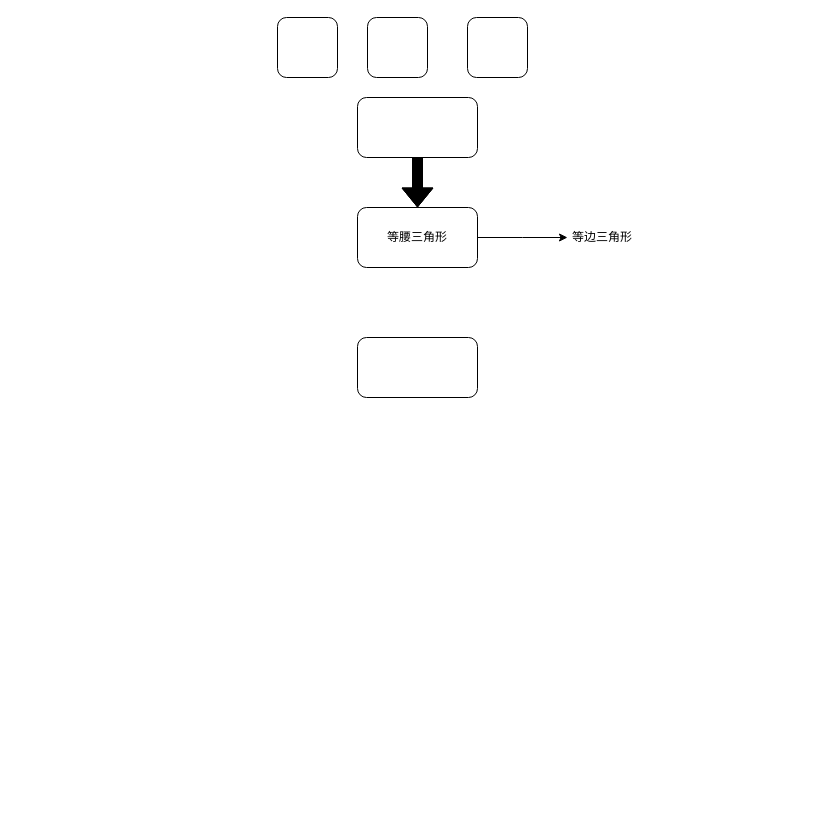
lixiangdaqian/diagrams keeps this draw.io diagram as 大宝ppt.drawio. Above is the earlier version. Source tidied: cells renumbered, new cells numbered last; positions are measured from the earlier drawing's top-left corner, leaving out a move shared by most shapes. Both pictures are drawn from the tidied source at 100%, with x=0, y=0 at pixel (277, 17).
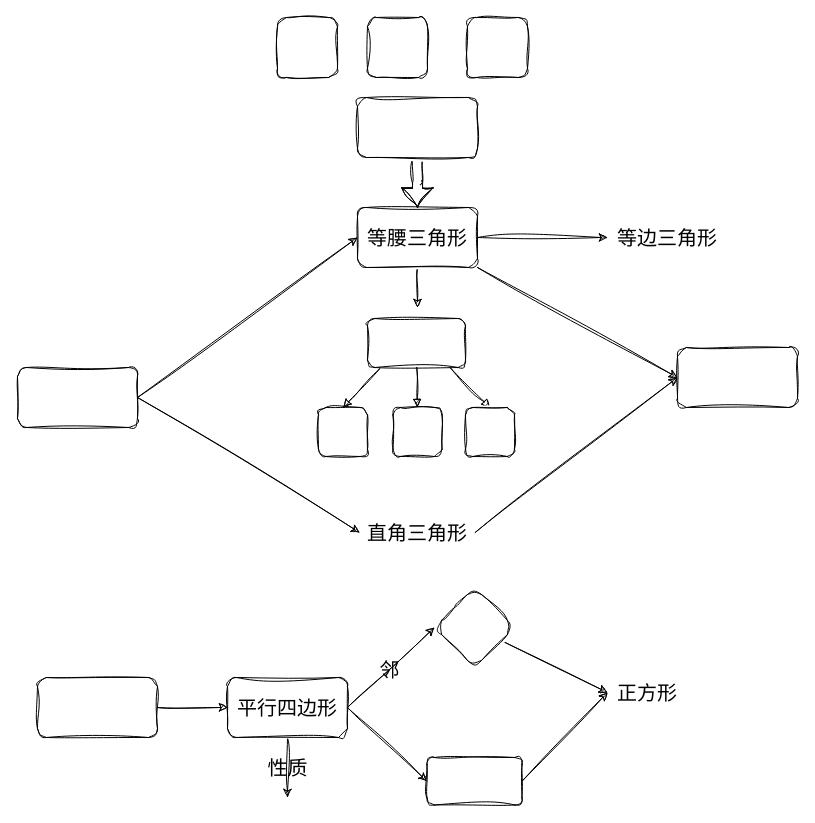
After the change.

Diff of the diagram source:
```diff
@@
-    <mxCell id="2" style="edgeStyle=orthogonalEdgeStyle;rounded=0;jettySize=auto;html=1;exitX=1;exitY=0.5;exitDx=0;exitDy=0;" parent="1" edge="1" source="4">
-      <mxGeometry relative="1" as="geometry">
-        <mxPoint x="290" y="220" as="targetPoint" />
-      </mxGeometry>
+    <mxCell id="2" style="edgeStyle=orthogonalEdgeStyle;rounded=1;jettySize=auto;html=1;exitX=1;exitY=0.5;exitDx=0;exitDy=0;entryX=0;entryY=0.5;entryDx=0;entryDy=0;labelBackgroundColor=none;fontColor=default;sketch=1;curveFitting=1;jiggle=2;" parent="1" edge="1" source="4" target="5">
+      <mxGeometry relative="1" as="geometry" />
     </mxCell>
-    <mxCell id="3" style="edgeStyle=orthogonalEdgeStyle;rounded=0;jettySize=auto;html=1;exitX=0.5;exitY=0;exitDx=0;exitDy=0;shape=flexArrow;endArrow=none;endFill=0;startArrow=block;fillColor=#000000;" parent="1" edge="1" source="4">
+    <mxCell id="3" style="edgeStyle=orthogonalEdgeStyle;rounded=1;jettySize=auto;html=1;exitX=0.5;exitY=0;exitDx=0;exitDy=0;shape=flexArrow;endArrow=none;endFill=0;startArrow=block;labelBackgroundColor=none;fontColor=default;sketch=1;curveFitting=1;jiggle=2;" parent="1" edge="1" source="4">
       <mxGeometry relative="1" as="geometry">
         <mxPoint x="140" y="140" as="targetPoint" />
       </mxGeometry>
     </mxCell>
+    <mxCell id="11" style="edgeStyle=none;rounded=1;jettySize=auto;html=1;exitX=1;exitY=1;exitDx=0;exitDy=0;entryX=0;entryY=0.5;entryDx=0;entryDy=0;startArrow=none;endArrow=classic;endFill=1;startFill=0;labelBackgroundColor=none;fontColor=default;sketch=1;curveFitting=1;jiggle=2;" parent="1" edge="1" source="4" target="19">
+      <mxGeometry relative="1" as="geometry" />
+    </mxCell>
+    <mxCell id="12" style="edgeStyle=none;rounded=1;jettySize=auto;html=1;exitX=0.5;exitY=1;exitDx=0;exitDy=0;startArrow=none;startFill=0;endArrow=classic;endFill=1;labelBackgroundColor=none;fontColor=default;sketch=1;curveFitting=1;jiggle=2;" parent="1" edge="1" source="4">
+      <mxGeometry relative="1" as="geometry">
+        <mxPoint x="140" y="290" as="targetPoint" />
+      </mxGeometry>
+    </mxCell>
-    <mxCell id="4" value="等腰三角形" style="rounded=1;whiteSpace=wrap;html=1;" parent="1" vertex="1">
+    <mxCell id="4" value="&lt;font style=&quot;font-size: 20px;&quot;&gt;等腰三角形&lt;/font&gt;" style="rounded=1;whiteSpace=wrap;html=1;labelBackgroundColor=none;sketch=1;curveFitting=1;jiggle=2;" parent="1" vertex="1">
       <mxGeometry x="80" y="190" width="120" height="60" as="geometry" />
     </mxCell>
-    <mxCell id="5" value="等边三角形" style="text;html=1;strokeColor=none;fillColor=none;align=center;verticalAlign=middle;whiteSpace=wrap;rounded=0;" parent="1" vertex="1">
-      <mxGeometry x="290" y="200" width="70" height="40" as="geometry" />
+    <mxCell id="5" value="等边三角形" style="text;html=1;strokeColor=none;fillColor=none;align=center;verticalAlign=middle;whiteSpace=wrap;rounded=1;fontSize=20;labelBackgroundColor=none;sketch=1;curveFitting=1;jiggle=2;" parent="1" vertex="1">
+      <mxGeometry x="330" y="200" width="120" height="40" as="geometry" />
     </mxCell>
-    <mxCell id="6" style="rounded=1;whiteSpace=wrap;html=1;" parent="1" vertex="1">
+    <mxCell id="6" style="rounded=1;whiteSpace=wrap;html=1;labelBackgroundColor=none;sketch=1;curveFitting=1;jiggle=2;" parent="1" vertex="1">
       <mxGeometry x="80" y="80" width="120" height="60" as="geometry" />
     </mxCell>
-    <mxCell id="7" style="rounded=1;whiteSpace=wrap;html=1;" parent="1" vertex="1">
+    <mxCell id="7" style="rounded=1;whiteSpace=wrap;html=1;labelBackgroundColor=none;sketch=1;curveFitting=1;jiggle=2;" parent="1" vertex="1">
       <mxGeometry width="60" height="60" as="geometry" />
     </mxCell>
-    <mxCell id="8" style="rounded=1;whiteSpace=wrap;html=1;" parent="1" vertex="1">
+    <mxCell id="8" style="rounded=1;whiteSpace=wrap;html=1;labelBackgroundColor=none;sketch=1;curveFitting=1;jiggle=2;" parent="1" vertex="1">
       <mxGeometry x="90" width="60" height="60" as="geometry" />
     </mxCell>
-    <mxCell id="9" style="rounded=1;whiteSpace=wrap;html=1;" parent="1" vertex="1">
+    <mxCell id="9" style="rounded=1;whiteSpace=wrap;html=1;labelBackgroundColor=none;sketch=1;curveFitting=1;jiggle=2;" parent="1" vertex="1">
       <mxGeometry x="190" width="60" height="60" as="geometry" />
     </mxCell>
-    <mxCell id="10" style="rounded=1;whiteSpace=wrap;html=1;" parent="1" vertex="1">
-      <mxGeometry x="80" y="320" width="120" height="60" as="geometry" />
+    <mxCell id="10" style="rounded=1;whiteSpace=wrap;html=1;labelBackgroundColor=none;sketch=1;curveFitting=1;jiggle=2;" parent="1" vertex="1">
+      <mxGeometry x="90" y="301" width="98" height="49" as="geometry" />
     </mxCell>
+    <mxCell id="13" style="rounded=1;jettySize=auto;html=1;exitX=0.5;exitY=0;exitDx=0;exitDy=0;entryX=0.125;entryY=1.025;entryDx=0;entryDy=0;entryPerimeter=0;startArrow=block;endArrow=none;endFill=0;labelBackgroundColor=none;fontColor=default;sketch=1;curveFitting=1;jiggle=2;" parent="1" edge="1" source="18" target="10">
+      <mxGeometry relative="1" as="geometry" />
+    </mxCell>
+    <mxCell id="14" style="edgeStyle=none;rounded=1;jettySize=auto;html=1;startArrow=block;endArrow=none;endFill=0;labelBackgroundColor=none;fontColor=default;sketch=1;curveFitting=1;jiggle=2;" parent="1" edge="1" source="15" target="10">
+      <mxGeometry relative="1" as="geometry" />
+    </mxCell>
+    <mxCell id="15" style="rounded=1;whiteSpace=wrap;html=1;labelBackgroundColor=none;sketch=1;curveFitting=1;jiggle=2;" parent="1" vertex="1">
+      <mxGeometry x="115.5" y="390" width="49" height="49" as="geometry" />
+    </mxCell>
+    <mxCell id="16" style="edgeStyle=none;rounded=1;jettySize=auto;html=1;startArrow=block;endArrow=none;endFill=0;entryX=0.847;entryY=1.01;entryDx=0;entryDy=0;entryPerimeter=0;exitX=0.5;exitY=0;exitDx=0;exitDy=0;labelBackgroundColor=none;fontColor=default;sketch=1;curveFitting=1;jiggle=2;" parent="1" edge="1" source="17" target="10">
+      <mxGeometry relative="1" as="geometry" />
+    </mxCell>
+    <mxCell id="17" style="rounded=1;whiteSpace=wrap;html=1;labelBackgroundColor=none;sketch=1;curveFitting=1;jiggle=2;" parent="1" vertex="1">
+      <mxGeometry x="188" y="390" width="49" height="49" as="geometry" />
+    </mxCell>
+    <mxCell id="18" style="rounded=1;whiteSpace=wrap;html=1;labelBackgroundColor=none;sketch=1;curveFitting=1;jiggle=2;" parent="1" vertex="1">
+      <mxGeometry x="41" y="390" width="49" height="49" as="geometry" />
+    </mxCell>
+    <mxCell id="19" style="rounded=1;whiteSpace=wrap;html=1;labelBackgroundColor=none;sketch=1;curveFitting=1;jiggle=2;" parent="1" vertex="1">
+      <mxGeometry x="400" y="330" width="120" height="60" as="geometry" />
+    </mxCell>
+    <mxCell id="20" style="edgeStyle=none;rounded=1;jettySize=auto;html=1;exitX=1;exitY=0.5;exitDx=0;exitDy=0;fontSize=20;startArrow=none;startFill=0;endArrow=classic;endFill=1;entryX=0;entryY=0.5;entryDx=0;entryDy=0;labelBackgroundColor=none;fontColor=default;sketch=1;curveFitting=1;jiggle=2;" parent="1" edge="1" source="21" target="19">
+      <mxGeometry relative="1" as="geometry" />
+    </mxCell>
+    <mxCell id="21" value="直角三角形" style="text;html=1;strokeColor=none;fillColor=none;align=center;verticalAlign=middle;whiteSpace=wrap;rounded=1;fontSize=20;labelBackgroundColor=none;sketch=1;curveFitting=1;jiggle=2;" parent="1" vertex="1">
+      <mxGeometry x="82.2" y="500" width="115.5" height="30" as="geometry" />
+    </mxCell>
+    <mxCell id="22" style="edgeStyle=none;rounded=1;jettySize=auto;html=1;exitX=1;exitY=0.5;exitDx=0;exitDy=0;entryX=0;entryY=0.5;entryDx=0;entryDy=0;fontSize=20;startArrow=none;startFill=0;endArrow=classic;endFill=1;labelBackgroundColor=none;fontColor=default;sketch=1;curveFitting=1;jiggle=2;" parent="1" edge="1" source="24" target="4">
+      <mxGeometry relative="1" as="geometry" />
+    </mxCell>
+    <mxCell id="23" style="edgeStyle=none;rounded=1;jettySize=auto;html=1;exitX=1;exitY=0.5;exitDx=0;exitDy=0;entryX=0;entryY=0.5;entryDx=0;entryDy=0;fontSize=20;startArrow=none;startFill=0;endArrow=classic;endFill=1;labelBackgroundColor=none;fontColor=default;sketch=1;curveFitting=1;jiggle=2;" parent="1" edge="1" source="24" target="21">
+      <mxGeometry relative="1" as="geometry" />
+    </mxCell>
+    <mxCell id="24" style="rounded=1;whiteSpace=wrap;html=1;fontSize=20;labelBackgroundColor=none;sketch=1;curveFitting=1;jiggle=2;" parent="1" vertex="1">
+      <mxGeometry x="-260" y="350" width="120" height="60" as="geometry" />
+    </mxCell>
+    <mxCell id="25" style="edgeStyle=none;rounded=1;jettySize=auto;html=1;exitX=1;exitY=0.5;exitDx=0;exitDy=0;fontSize=20;startArrow=none;startFill=0;endArrow=classic;endFill=1;labelBackgroundColor=none;fontColor=default;sketch=1;curveFitting=1;jiggle=2;" parent="1" edge="1" source="26">
+      <mxGeometry relative="1" as="geometry">
+        <mxPoint x="-50" y="690" as="targetPoint" />
+      </mxGeometry>
+    </mxCell>
+    <mxCell id="26" style="rounded=1;whiteSpace=wrap;html=1;fontSize=20;labelBackgroundColor=none;sketch=1;curveFitting=1;jiggle=2;" parent="1" vertex="1">
+      <mxGeometry x="-240" y="660" width="120" height="60" as="geometry" />
+    </mxCell>
+    <mxCell id="27" value="性质" style="edgeStyle=none;rounded=1;jettySize=auto;html=1;exitX=0.5;exitY=1;exitDx=0;exitDy=0;fontSize=20;startArrow=none;startFill=0;endArrow=classic;endFill=1;labelBackgroundColor=none;fontColor=default;sketch=1;curveFitting=1;jiggle=2;" parent="1" edge="1" source="31">
+      <mxGeometry relative="1" as="geometry">
+        <mxPoint x="10" y="780" as="targetPoint" />
+      </mxGeometry>
+    </mxCell>
+    <mxCell id="28" style="edgeStyle=none;rounded=1;jettySize=auto;html=1;exitX=1;exitY=0.5;exitDx=0;exitDy=0;fontSize=20;startArrow=none;startFill=0;endArrow=classic;endFill=1;entryX=0;entryY=0.5;entryDx=0;entryDy=0;labelBackgroundColor=none;fontColor=default;sketch=1;curveFitting=1;jiggle=2;" parent="1" edge="1" source="31" target="33">
+      <mxGeometry relative="1" as="geometry" />
+    </mxCell>
+    <mxCell id="29" value="邻" style="edgeLabel;html=1;align=center;verticalAlign=middle;fontSize=20;rounded=1;labelBackgroundColor=none;sketch=1;curveFitting=1;jiggle=2;" parent="28" vertex="1">
+      <mxGeometry x="-0.03" relative="1" as="geometry" />
+    </mxCell>
+    <mxCell id="30" style="edgeStyle=none;rounded=1;jettySize=auto;html=1;entryX=0;entryY=0.5;entryDx=0;entryDy=0;fontSize=20;startArrow=none;startFill=0;endArrow=classic;endFill=1;exitX=1;exitY=0.5;exitDx=0;exitDy=0;labelBackgroundColor=none;fontColor=default;sketch=1;curveFitting=1;jiggle=2;" parent="1" edge="1" source="31" target="35">
+      <mxGeometry relative="1" as="geometry" />
+    </mxCell>
+    <mxCell id="31" value="平行四边形" style="rounded=1;whiteSpace=wrap;html=1;fontSize=20;labelBackgroundColor=none;sketch=1;curveFitting=1;jiggle=2;" parent="1" vertex="1">
+      <mxGeometry x="-50" y="660" width="120" height="60" as="geometry" />
+    </mxCell>
+    <mxCell id="32" style="edgeStyle=none;rounded=1;jettySize=auto;html=1;entryX=0;entryY=0.5;entryDx=0;entryDy=0;fontSize=20;startArrow=none;startFill=0;endArrow=classic;endFill=1;labelBackgroundColor=none;fontColor=default;sketch=1;curveFitting=1;jiggle=2;" parent="1" edge="1" source="33" target="36">
+      <mxGeometry relative="1" as="geometry" />
+    </mxCell>
+    <mxCell id="33" style="rhombus;whiteSpace=wrap;html=1;fontSize=20;direction=east;rounded=1;labelBackgroundColor=none;sketch=1;curveFitting=1;jiggle=2;" parent="1" vertex="1">
+      <mxGeometry x="157" y="570" width="80" height="80" as="geometry" />
+    </mxCell>
+    <mxCell id="34" style="edgeStyle=none;rounded=1;jettySize=auto;html=1;entryX=0;entryY=0.5;entryDx=0;entryDy=0;fontSize=20;startArrow=none;startFill=0;endArrow=classic;endFill=1;exitX=1;exitY=0.5;exitDx=0;exitDy=0;labelBackgroundColor=none;fontColor=default;sketch=1;curveFitting=1;jiggle=2;" parent="1" edge="1" source="35" target="36">
+      <mxGeometry relative="1" as="geometry" />
+    </mxCell>
+    <mxCell id="35" style="rounded=1;whiteSpace=wrap;html=1;fontSize=20;labelBackgroundColor=none;sketch=1;curveFitting=1;jiggle=2;" parent="1" vertex="1">
+      <mxGeometry x="149.5" y="740" width="95" height="47.5" as="geometry" />
+    </mxCell>
+    <mxCell id="36" value="正方形" style="text;html=1;strokeColor=none;fillColor=none;align=center;verticalAlign=middle;whiteSpace=wrap;rounded=1;fontSize=20;labelBackgroundColor=none;sketch=1;curveFitting=1;jiggle=2;" parent="1" vertex="1">
+      <mxGeometry x="330" y="660" width="80" height="30" as="geometry" />
+    </mxCell>
```
